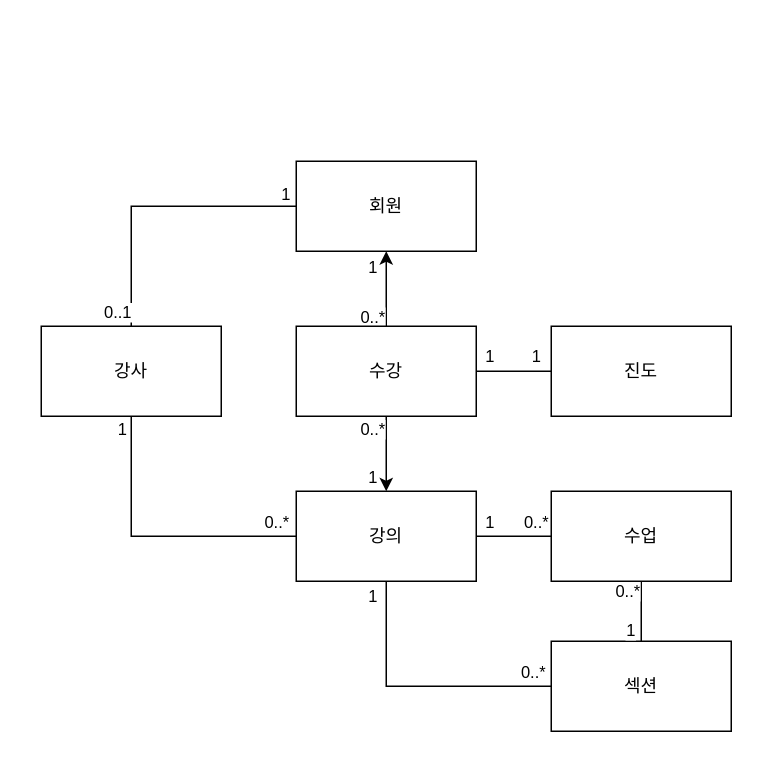
The draw.io diagram 도메인모델.drawio in mrpark219/toby-clean-spring-ddd-hexagonal, before the edit. Source tidied: cells renumbered, new cells numbered last; positions are measured from the earlier drawing's top-left corner, leaving out a move shared by most shapes. Both pictures are drawn from the tidied source at 150%, with x=0, y=0 at pixel (40, 160).
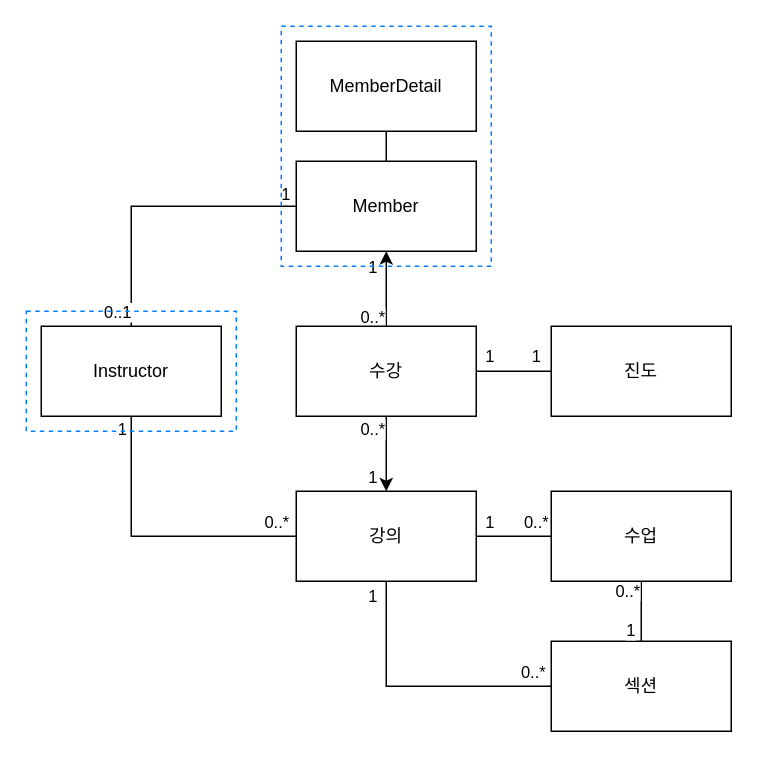
The same page after the edit.

What changed in the source:
```diff
@@
+    <mxCell id="32" style="edgeStyle=orthogonalEdgeStyle;rounded=0;jettySize=auto;html=1;exitX=0.5;exitY=0;exitDx=0;exitDy=0;entryX=0.5;entryY=1;entryDx=0;entryDy=0;strokeColor=default;curved=0;endArrow=none;endFill=0;" parent="1" edge="1" source="2" target="33">
+      <mxGeometry relative="1" as="geometry" />
+    </mxCell>
-    <mxCell id="2" value="회원" style="rounded=0;whiteSpace=wrap;html=1;" parent="1" vertex="1">
+    <mxCell id="2" value="Member" style="rounded=0;whiteSpace=wrap;html=1;" parent="1" vertex="1">
       <mxGeometry x="170" width="120" height="60" as="geometry" />
     </mxCell>
-    <mxCell id="3" value="강사" style="rounded=0;whiteSpace=wrap;html=1;" parent="1" vertex="1">
+    <mxCell id="3" value="Instructor" style="rounded=0;whiteSpace=wrap;html=1;" parent="1" vertex="1">
       <mxGeometry y="110" width="120" height="60" as="geometry" />
     </mxCell>
@@
+    <mxCell id="33" value="MemberDetail" style="rounded=0;whiteSpace=wrap;html=1;" parent="1" vertex="1">
+      <mxGeometry x="170" y="-80" width="120" height="60" as="geometry" />
+    </mxCell>
+    <mxCell id="34" style="rounded=0;whiteSpace=wrap;html=1;strokeColor=#007FFF;fillColor=none;dashed=1;" parent="1" vertex="1">
+      <mxGeometry x="160" y="-90" width="140" height="160" as="geometry" />
+    </mxCell>
+    <mxCell id="35" style="rounded=0;whiteSpace=wrap;html=1;strokeColor=#007FFF;fillColor=none;dashed=1;" parent="1" vertex="1">
+      <mxGeometry x="-10" y="100" width="140" height="80" as="geometry" />
+    </mxCell>
```
